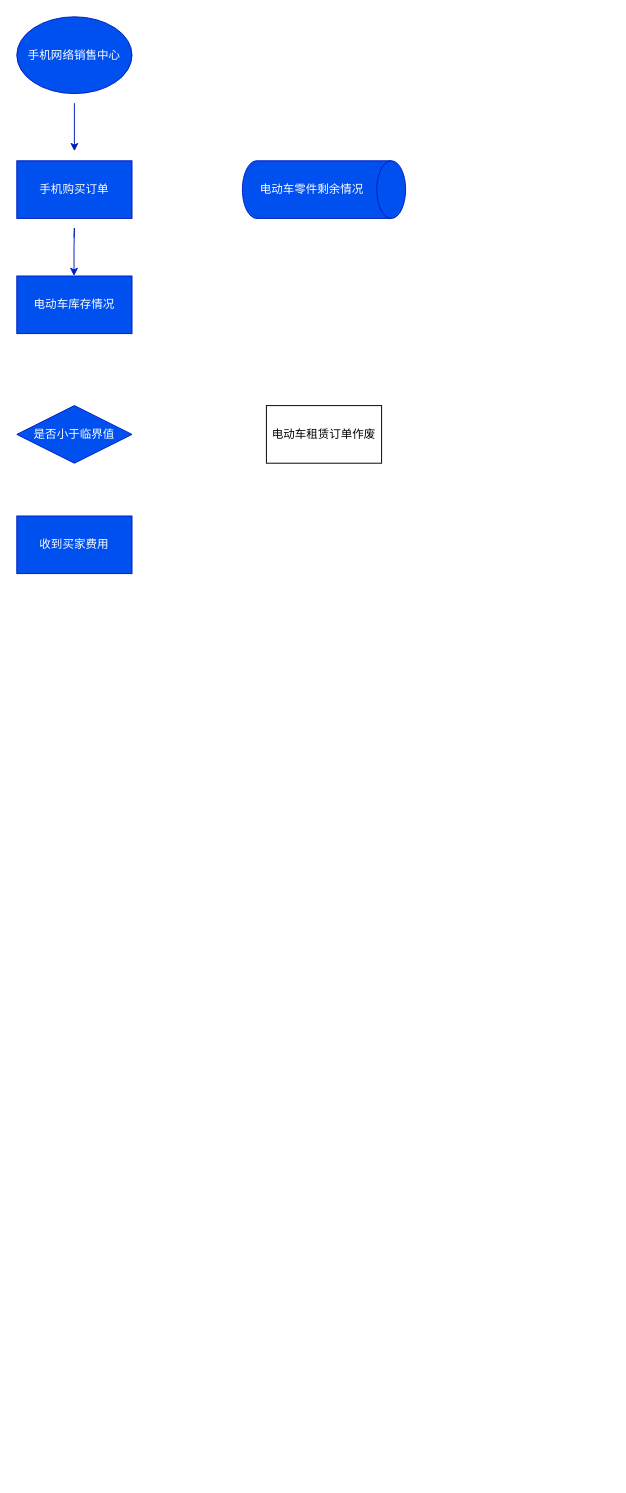
The draw.io diagram 电动车租赁.drawio in XGYCBX/ChatGPT-Discord-Bot, before the edit. Source tidied: cells renumbered, new cells numbered last; positions are measured from the earlier drawing's top-left corner, leaving out a move shared by most shapes. Both pictures are drawn from the tidied source at 96%, with x=0, y=0 at pixel (16, 16).
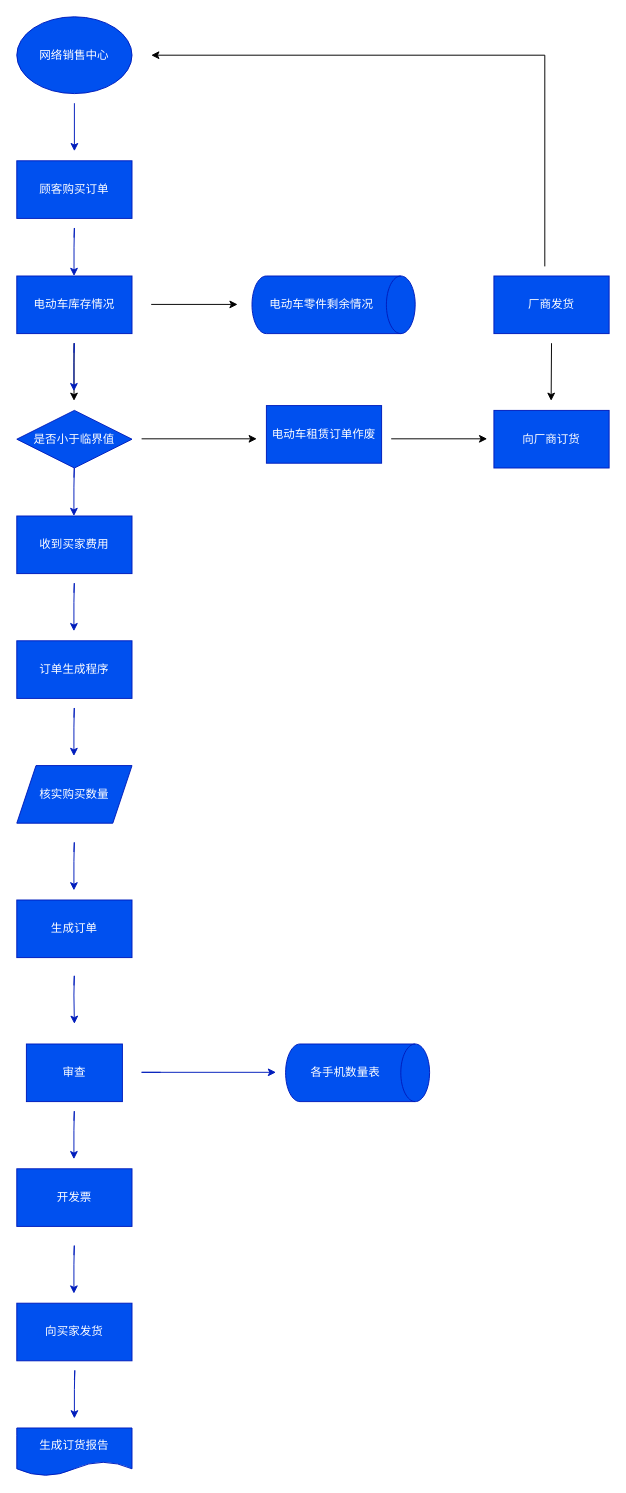
The same page after the edit.

Commit message (it also covers changes not shown here):
更新电动车租赁.drawio

Diff of the diagram source:
```diff
@@
-    <mxCell id="2" value="手机网络销售中心" style="ellipse;whiteSpace=wrap;html=1;fillColor=#0050ef;strokeColor=#001DBC;fontColor=#ffffff;" parent="1" vertex="1">
+    <mxCell id="2" value="网络销售中心" style="ellipse;whiteSpace=wrap;html=1;fillColor=#0050ef;strokeColor=#001DBC;fontColor=#ffffff;" parent="1" vertex="1">
       <mxGeometry width="120" height="80" as="geometry" />
     </mxCell>
-    <mxCell id="3" value="手机购买订单" style="rounded=0;whiteSpace=wrap;html=1;fillColor=#0050ef;fontColor=#ffffff;strokeColor=#001DBC;" parent="1" vertex="1">
+    <mxCell id="3" value="顾客购买订单" style="rounded=0;whiteSpace=wrap;html=1;fillColor=#0050ef;fontColor=#ffffff;strokeColor=#001DBC;" parent="1" vertex="1">
       <mxGeometry y="150" width="120" height="60" as="geometry" />
     </mxCell>
@@
     <mxCell id="7" value="是否小于临界值" style="rhombus;whiteSpace=wrap;html=1;fillColor=#0050ef;fontColor=#ffffff;strokeColor=#001DBC;" parent="1" vertex="1">
-      <mxGeometry y="405" width="120" height="60" as="geometry" />
+      <mxGeometry y="410" width="120" height="60" as="geometry" />
     </mxCell>
@@
     <mxCell id="9" value="电动车零件剩余情况" style="shape=cylinder3;whiteSpace=wrap;html=1;boundedLbl=1;backgroundOutline=1;size=15;rotation=90;fillColor=#0050ef;fontColor=#ffffff;strokeColor=#001DBC;textDirection=ltr;labelPosition=center;verticalLabelPosition=middle;align=center;verticalAlign=middle;horizontal=0;" parent="1" vertex="1">
-      <mxGeometry x="290" y="95" width="60" height="170" as="geometry" />
+      <mxGeometry x="300" y="215" width="60" height="170" as="geometry" />
     </mxCell>
-    <mxCell id="10" value="电动车租赁订单作废" style="rounded=0;whiteSpace=wrap;html=1;" parent="1" vertex="1">
+    <mxCell id="10" value="电动车租赁订单作废" style="rounded=0;whiteSpace=wrap;html=1;fillColor=#0050ef;fontColor=#ffffff;strokeColor=#001DBC;" parent="1" vertex="1">
       <mxGeometry x="260" y="405" width="120" height="60" as="geometry" />
     </mxCell>
+    <mxCell id="11" value="向厂商订货" style="rounded=0;whiteSpace=wrap;html=1;fillColor=#0050ef;fontColor=#ffffff;strokeColor=#001DBC;" parent="1" vertex="1">
+      <mxGeometry x="497" y="410" width="120" height="60" as="geometry" />
+    </mxCell>
+    <mxCell id="12" value="订单生成程序" style="rounded=0;whiteSpace=wrap;html=1;fillColor=#0050ef;fontColor=#ffffff;strokeColor=#001DBC;" parent="1" vertex="1">
+      <mxGeometry y="650" width="120" height="60" as="geometry" />
+    </mxCell>
+    <mxCell id="13" style="endArrow=classic;html=1;rounded=0;" parent="1" edge="1">
+      <mxGeometry relative="1" as="geometry">
+        <mxPoint x="130" y="439.6" as="sourcePoint" />
+        <mxPoint x="250" y="439.6" as="targetPoint" />
+      </mxGeometry>
+    </mxCell>
+    <mxCell id="14" value="生成订单" style="rounded=0;whiteSpace=wrap;html=1;fillColor=#0050ef;fontColor=#ffffff;strokeColor=#001DBC;" parent="1" vertex="1">
+      <mxGeometry y="920" width="120" height="60" as="geometry" />
+    </mxCell>
+    <mxCell id="15" style="endArrow=classic;html=1;rounded=0;" parent="1" edge="1">
+      <mxGeometry relative="1" as="geometry">
+        <mxPoint x="390" y="439.6" as="sourcePoint" />
+        <mxPoint x="490" y="439.6" as="targetPoint" />
+      </mxGeometry>
+    </mxCell>
+    <mxCell id="16" value="审查" style="rounded=0;whiteSpace=wrap;html=1;fillColor=#0050ef;fontColor=#ffffff;strokeColor=#001DBC;" parent="1" vertex="1">
+      <mxGeometry x="10" y="1070" width="100" height="60" as="geometry" />
+    </mxCell>
+    <mxCell id="17" value="厂商发货" style="rounded=0;whiteSpace=wrap;html=1;fillColor=#0050ef;fontColor=#ffffff;strokeColor=#001DBC;" parent="1" vertex="1">
+      <mxGeometry x="497" y="270" width="120" height="60" as="geometry" />
+    </mxCell>
+    <mxCell id="18" value="开发票" style="rounded=0;whiteSpace=wrap;html=1;fillColor=#0050ef;fontColor=#ffffff;strokeColor=#001DBC;" parent="1" vertex="1">
+      <mxGeometry y="1200" width="120" height="60" as="geometry" />
+    </mxCell>
+    <mxCell id="19" style="endArrow=classic;html=1;rounded=0;" parent="1" edge="1">
+      <mxGeometry relative="1" as="geometry">
+        <mxPoint x="557" y="340" as="sourcePoint" />
+        <mxPoint x="556.6" y="400" as="targetPoint" />
+      </mxGeometry>
+    </mxCell>
+    <mxCell id="20" value="核实购买数量" style="shape=parallelogram;perimeter=parallelogramPerimeter;whiteSpace=wrap;html=1;fixedSize=1;fillColor=#0050ef;fontColor=#ffffff;strokeColor=#001DBC;" parent="1" vertex="1">
+      <mxGeometry y="780" width="120" height="60" as="geometry" />
+    </mxCell>
+    <mxCell id="21" style="endArrow=classic;html=1;rounded=0;" parent="1" edge="1">
+      <mxGeometry relative="1" as="geometry">
+        <mxPoint x="140" y="299.6" as="sourcePoint" />
+        <mxPoint x="230" y="299.6" as="targetPoint" />
+      </mxGeometry>
+    </mxCell>
+    <mxCell id="22" value="向买家发货" style="rounded=0;whiteSpace=wrap;html=1;fillColor=#0050ef;fontColor=#ffffff;strokeColor=#001DBC;" parent="1" vertex="1">
+      <mxGeometry y="1340" width="120" height="60" as="geometry" />
+    </mxCell>
+    <mxCell id="23" style="endArrow=classic;html=1;rounded=0;" parent="1" edge="1">
+      <mxGeometry relative="1" as="geometry">
+        <mxPoint x="59.6" y="340" as="sourcePoint" />
+        <mxPoint x="59.6" y="400" as="targetPoint" />
+      </mxGeometry>
+    </mxCell>
+    <mxCell id="24" value="生成订货报告" style="shape=document;whiteSpace=wrap;html=1;boundedLbl=1;fillColor=#0050ef;fontColor=#ffffff;strokeColor=#001DBC;" parent="1" vertex="1">
+      <mxGeometry y="1470" width="120" height="50" as="geometry" />
+    </mxCell>
+    <mxCell id="25" style="endArrow=classic;html=1;rounded=0;" parent="1" edge="1">
+      <mxGeometry relative="1" as="geometry">
+        <mxPoint x="550" y="260" as="sourcePoint" />
+        <mxPoint x="140" y="40" as="targetPoint" />
+        <Array as="points">
+          <mxPoint x="550" y="40" />
+        </Array>
+      </mxGeometry>
+    </mxCell>
+    <mxCell id="26" value="各手机数量表" style="shape=cylinder3;whiteSpace=wrap;html=1;boundedLbl=1;backgroundOutline=1;size=15;direction=south;fillColor=#0050ef;fontColor=#ffffff;strokeColor=#001DBC;" parent="1" vertex="1">
+      <mxGeometry x="280" y="1070" width="150" height="60" as="geometry" />
+    </mxCell>
+    <mxCell id="27" style="endArrow=classic;html=1;rounded=0;fillColor=#0050ef;strokeColor=#001DBC;" parent="1" edge="1">
+      <mxGeometry relative="1" as="geometry">
+        <mxPoint x="59.5" y="350" as="sourcePoint" />
+        <mxPoint x="59.5" y="390" as="targetPoint" />
+        <Array as="points">
+          <mxPoint x="59.9" y="340" />
+          <mxPoint x="59.5" y="360" />
+        </Array>
+      </mxGeometry>
+    </mxCell>
+    <mxCell id="28" style="endArrow=classic;html=1;rounded=0;fillColor=#0050ef;strokeColor=#001DBC;" parent="1" edge="1">
+      <mxGeometry relative="1" as="geometry">
+        <mxPoint x="59.5" y="480" as="sourcePoint" />
+        <mxPoint x="59.5" y="520" as="targetPoint" />
+        <Array as="points">
+          <mxPoint x="59.9" y="470" />
+          <mxPoint x="59.5" y="490" />
+        </Array>
+      </mxGeometry>
+    </mxCell>
+    <mxCell id="29" style="endArrow=classic;html=1;rounded=0;fillColor=#0050ef;strokeColor=#001DBC;" parent="1" edge="1">
+      <mxGeometry relative="1" as="geometry">
+        <mxPoint x="59.5" y="600" as="sourcePoint" />
+        <mxPoint x="59.5" y="640" as="targetPoint" />
+        <Array as="points">
+          <mxPoint x="59.9" y="590" />
+          <mxPoint x="59.5" y="610" />
+        </Array>
+      </mxGeometry>
+    </mxCell>
+    <mxCell id="30" style="endArrow=classic;html=1;rounded=0;fillColor=#0050ef;strokeColor=#001DBC;" parent="1" edge="1">
+      <mxGeometry relative="1" as="geometry">
+        <mxPoint x="59.5" y="730" as="sourcePoint" />
+        <mxPoint x="59.5" y="770" as="targetPoint" />
+        <Array as="points">
+          <mxPoint x="59.9" y="720" />
+          <mxPoint x="59.5" y="740" />
+        </Array>
+      </mxGeometry>
+    </mxCell>
+    <mxCell id="31" style="endArrow=classic;html=1;rounded=0;fillColor=#0050ef;strokeColor=#001DBC;" parent="1" edge="1">
+      <mxGeometry relative="1" as="geometry">
+        <mxPoint x="59.5" y="870" as="sourcePoint" />
+        <mxPoint x="59.5" y="910" as="targetPoint" />
+        <Array as="points">
+          <mxPoint x="59.9" y="860" />
+          <mxPoint x="59.5" y="880" />
+        </Array>
+      </mxGeometry>
+    </mxCell>
+    <mxCell id="32" style="endArrow=classic;html=1;rounded=0;fillColor=#0050ef;strokeColor=#001DBC;" parent="1" edge="1">
+      <mxGeometry relative="1" as="geometry">
+        <mxPoint x="59.5" y="1009" as="sourcePoint" />
+        <mxPoint x="60" y="1049" as="targetPoint" />
+        <Array as="points">
+          <mxPoint x="59.9" y="999" />
+          <mxPoint x="59.5" y="1019" />
+        </Array>
+      </mxGeometry>
+    </mxCell>
+    <mxCell id="33" style="endArrow=classic;html=1;rounded=0;fillColor=#0050ef;strokeColor=#001DBC;" parent="1" edge="1">
+      <mxGeometry relative="1" as="geometry">
+        <mxPoint x="59.5" y="1150" as="sourcePoint" />
+        <mxPoint x="59.5" y="1190" as="targetPoint" />
+        <Array as="points">
+          <mxPoint x="59.9" y="1140" />
+          <mxPoint x="59.5" y="1160" />
+        </Array>
+      </mxGeometry>
+    </mxCell>
+    <mxCell id="34" style="endArrow=classic;html=1;rounded=0;fillColor=#0050ef;strokeColor=#001DBC;" parent="1" edge="1">
+      <mxGeometry relative="1" as="geometry">
+        <mxPoint x="59.5" y="1290" as="sourcePoint" />
+        <mxPoint x="59.5" y="1330" as="targetPoint" />
+        <Array as="points">
+          <mxPoint x="59.9" y="1280" />
+          <mxPoint x="59.5" y="1300" />
+        </Array>
+      </mxGeometry>
+    </mxCell>
+    <mxCell id="35" style="endArrow=classic;html=1;rounded=0;fillColor=#0050ef;strokeColor=#001DBC;" parent="1" edge="1">
+      <mxGeometry relative="1" as="geometry">
+        <mxPoint x="60" y="1420" as="sourcePoint" />
+        <mxPoint x="60" y="1460" as="targetPoint" />
+        <Array as="points">
+          <mxPoint x="60.4" y="1410" />
+          <mxPoint x="60" y="1430" />
+        </Array>
+      </mxGeometry>
+    </mxCell>
+    <mxCell id="36" style="endArrow=classic;html=1;rounded=0;fillColor=#0050ef;strokeColor=#001DBC;" parent="1" edge="1">
+      <mxGeometry relative="1" as="geometry">
+        <mxPoint x="150" y="1099.5" as="sourcePoint" />
+        <mxPoint x="270" y="1099.5" as="targetPoint" />
+        <Array as="points">
+          <mxPoint x="130" y="1099.5" />
+          <mxPoint x="150" y="1099.5" />
+        </Array>
+      </mxGeometry>
+    </mxCell>
```
